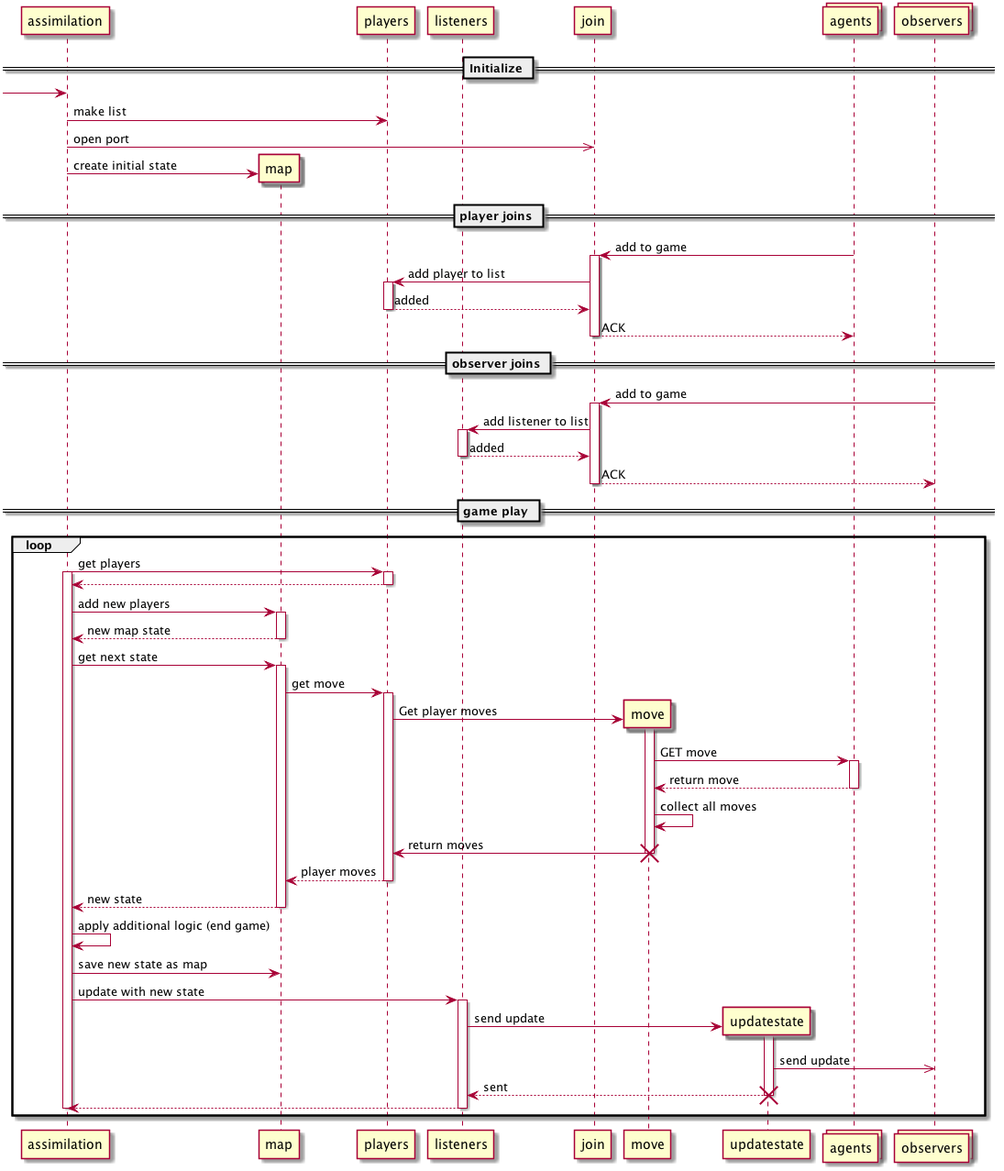
Above: docs/sequence.png in Raivias/assimilation (PlantUML), before the change.
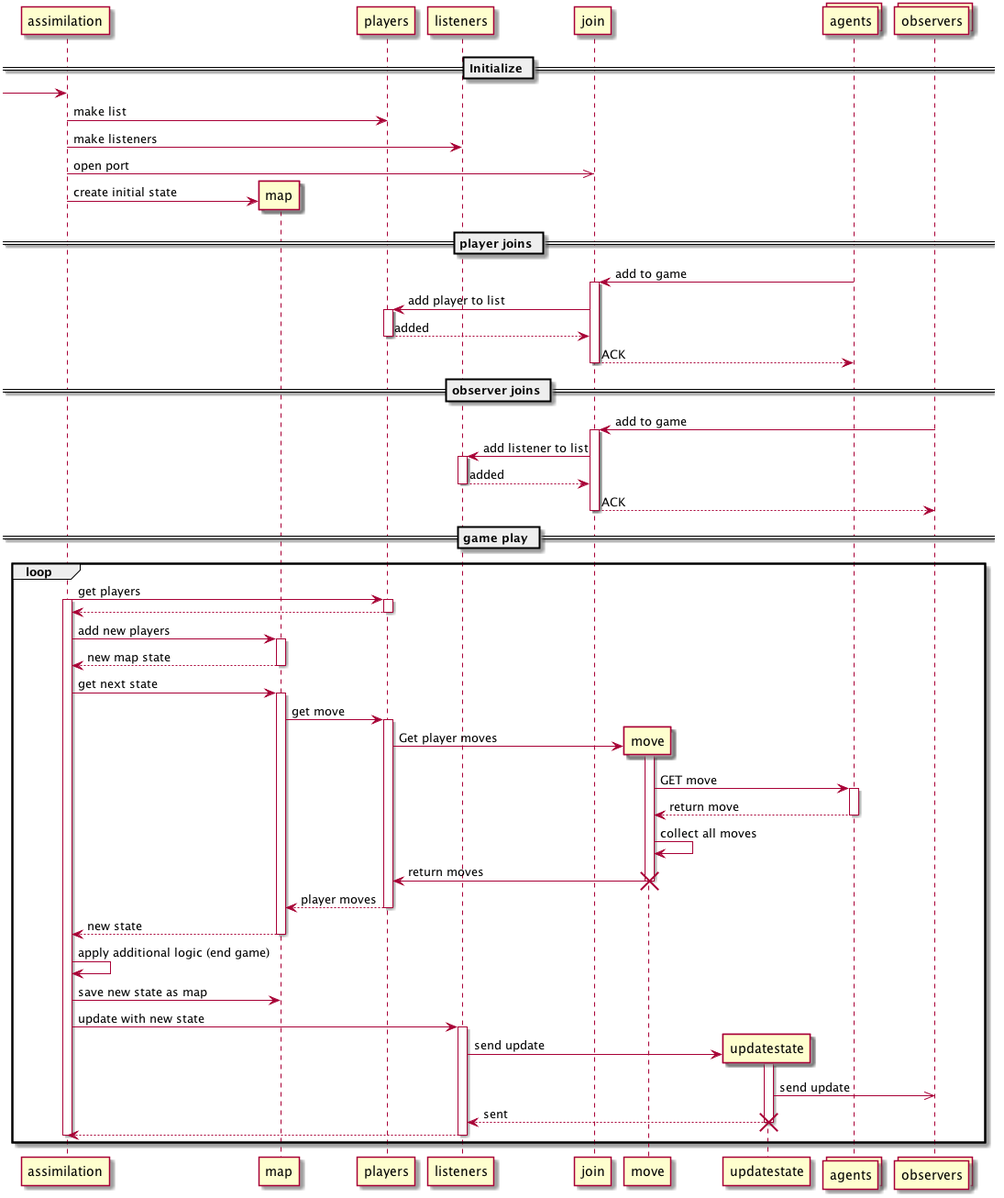
The same diagram one commit later.

Commit message:
Added class diagram

Change to the diagram source:
```diff
@@ -12,6 +12,7 @@
 == Initialize ==
 [-> assimilation
 assimilation -> pl : make list
+assimilation -> listeners : make listeners
 assimilation ->> join : open port
 create map
 assimilation -> map : create initial state
```
